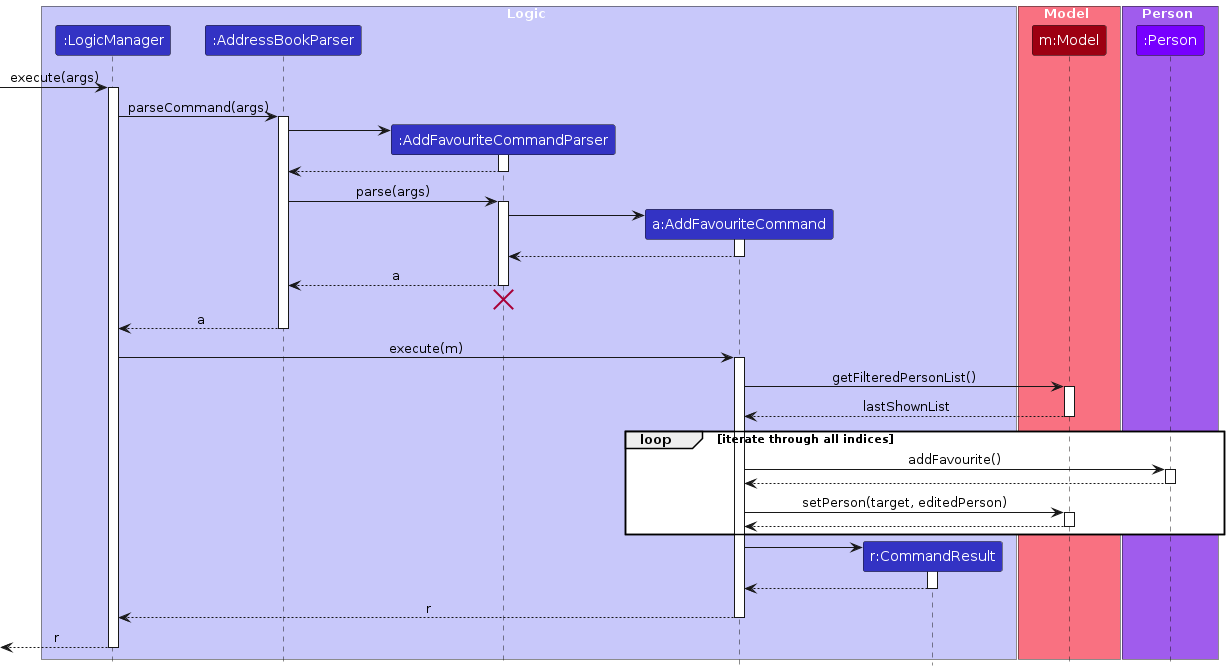
Above: diagrams/AddFavouriteSequenceDiagram.png in AY2324S2-CS2103T-T16-3/tp (PlantUML), before the change. Its source is kept beside it as diagrams/AddFavouriteSequenceDiagram.puml. The source it was exported from:
```plantuml
@startuml
!include style.puml
skinparam ArrowFontStyle plain

box Logic LOGIC_COLOR_T1
participant ":LogicManager" as LogicManager LOGIC_COLOR
participant ":AddressBookParser" as AddressBookParser LOGIC_COLOR
participant ":AddFavouriteCommandParser" as AddFavouriteCommandParser LOGIC_COLOR
participant "a:AddFavouriteCommand" as AddFavouriteCommand LOGIC_COLOR
participant "r:CommandResult" as CommandResult LOGIC_COLOR
end box

box Model MODEL_COLOR_T1
participant "m:Model" as Model MODEL_COLOR
end box

box Person PERSON_COLOR_T1
participant ":Person" as Person PERSON_COLOR
end box

[-> LogicManager : execute(args)
activate LogicManager

LogicManager -> AddressBookParser : parseCommand(args)
activate AddressBookParser

create AddFavouriteCommandParser
AddressBookParser -> AddFavouriteCommandParser
activate AddFavouriteCommandParser


AddFavouriteCommandParser --> AddressBookParser
deactivate AddFavouriteCommandParser

AddressBookParser -> AddFavouriteCommandParser : parse(args)
activate AddFavouriteCommandParser

create AddFavouriteCommand
AddFavouriteCommandParser -> AddFavouriteCommand
activate AddFavouriteCommand

AddFavouriteCommand --> AddFavouriteCommandParser :
deactivate AddFavouriteCommand

AddFavouriteCommandParser --> AddressBookParser : a
deactivate AddFavouriteCommandParser
AddFavouriteCommandParser -[hidden]-> AddressBookParser
destroy AddFavouriteCommandParser

AddressBookParser --> LogicManager : a
deactivate AddressBookParser

LogicManager -> AddFavouriteCommand : execute(m)
activate AddFavouriteCommand

AddFavouriteCommand -> Model : getFilteredPersonList()
activate Model

Model --> AddFavouriteCommand : lastShownList
deactivate Model

loop iterate through all indices
    AddFavouriteCommand -> Person : addFavourite()
    activate Person

    Person --> AddFavouriteCommand
    deactivate Person

    AddFavouriteCommand -> Model : setPerson(target, editedPerson)
    activate Model

    Model --> AddFavouriteCommand
    deactivate Model
end

deactivate Person

create CommandResult
AddFavouriteCommand -> CommandResult
activate CommandResult

CommandResult --> AddFavouriteCommand
deactivate CommandResult

AddFavouriteCommand --> LogicManager : r
deactivate AddFavouriteCommand

[<--LogicManager : r
deactivate LogicManager
@enduml
```
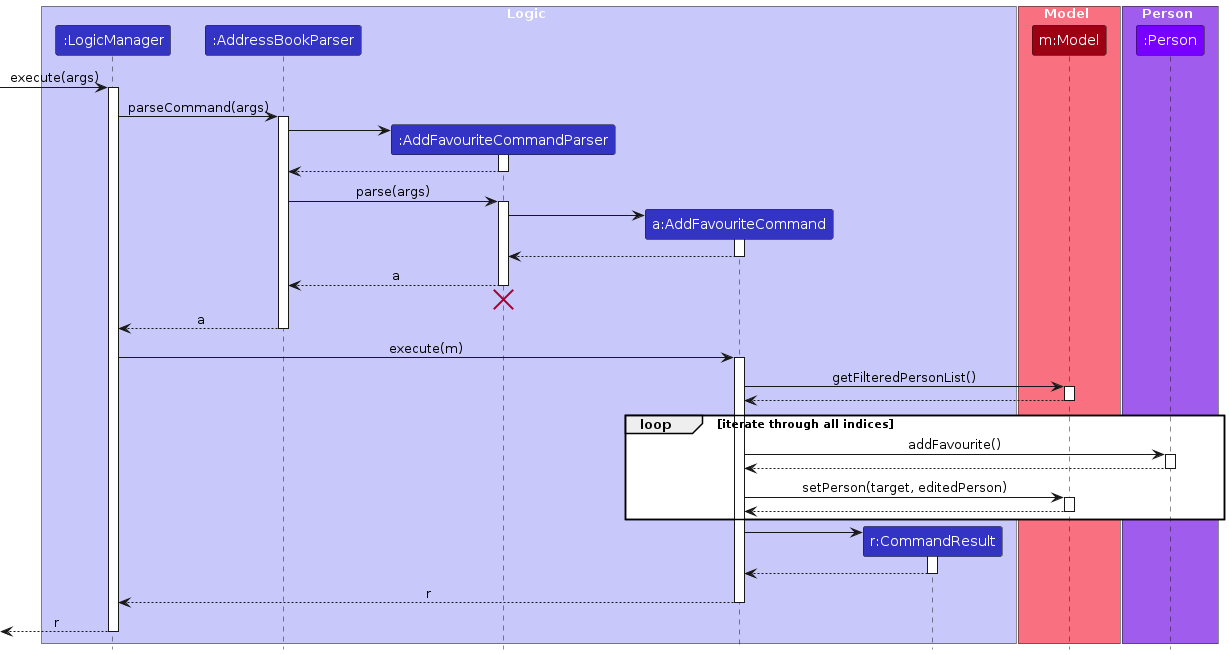
After the commit.

The edit, as a diff of the source:
```diff
@@ -56,7 +56,7 @@
 AddFavouriteCommand -> Model : getFilteredPersonList()
 activate Model
 
-Model --> AddFavouriteCommand : lastShownList
+Model --> AddFavouriteCommand
 deactivate Model
 
 loop iterate through all indices
```
